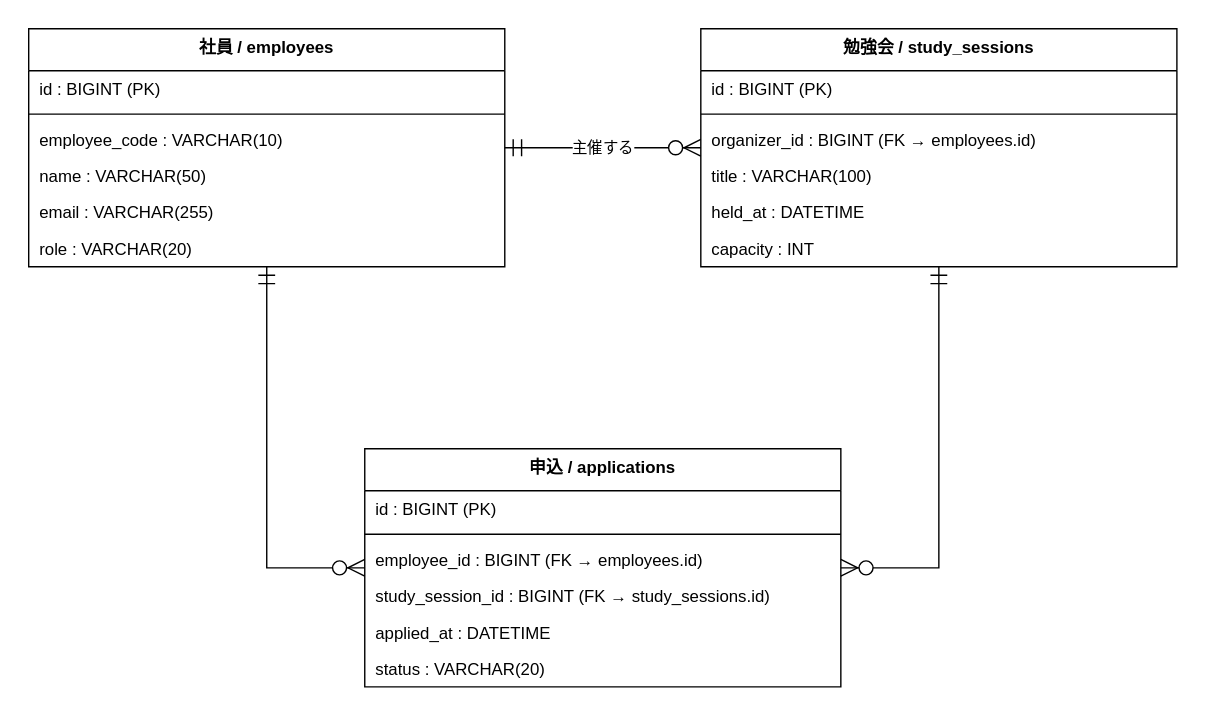
This is docs/diagrams/svg/er-study.svg from hiroshees/drawio-design-kit, a draw.io export, as it was before one commit. Source tidied: cells renumbered, new cells last; positions are measured from the earlier drawing's top-left corner, leaving out a move shared by most shapes.
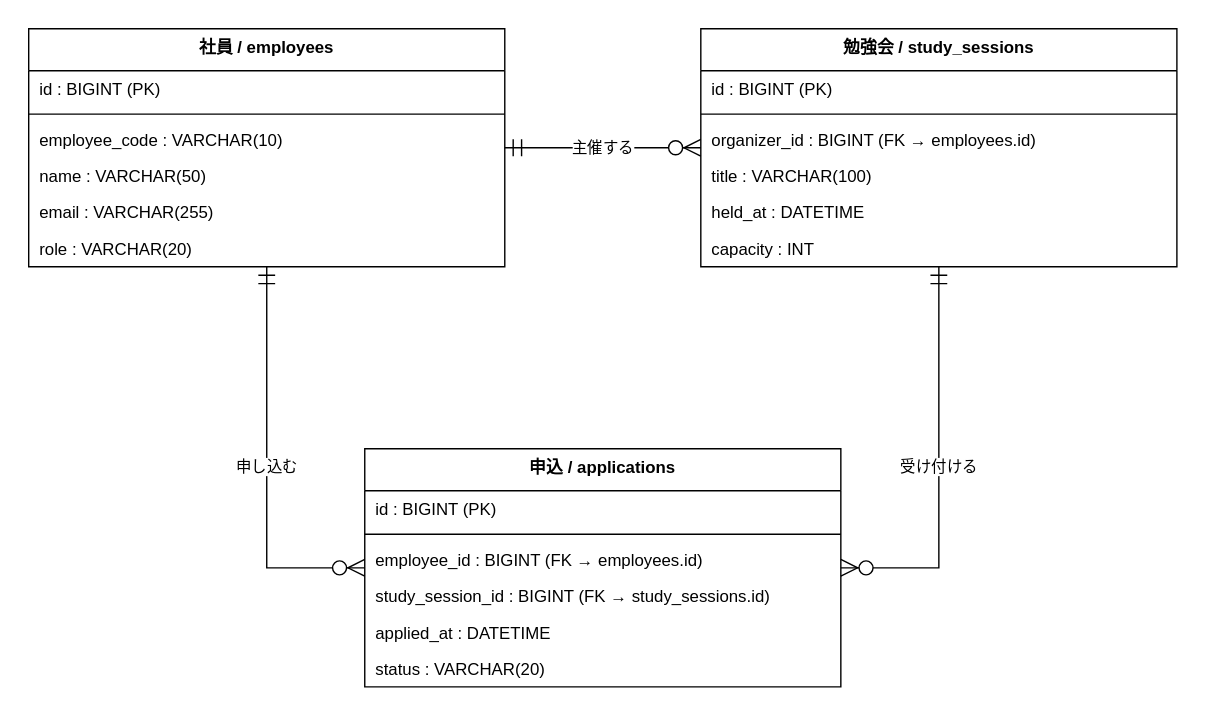
After the change.

Diff of the diagram source:
```diff
@@ -68,10 +68,10 @@
     <mxCell id="23" value="主催する" style="edgeStyle=orthogonalEdgeStyle;startArrow=ERmandOne;endArrow=ERzeroToMany;startSize=10;endSize=10;html=1;rounded=0;labelBackgroundColor=#FFFFFF;exitX=1;exitY=0.5;exitDx=0;exitDy=0;entryX=0;entryY=0.5;entryDx=0;entryDy=0;" parent="1" edge="1" source="2" target="9">
       <mxGeometry relative="1" as="geometry" />
     </mxCell>
-    <mxCell id="24" style="edgeStyle=orthogonalEdgeStyle;startArrow=ERmandOne;endArrow=ERzeroToMany;startSize=10;endSize=10;html=1;rounded=0;labelBackgroundColor=#FFFFFF;exitX=0.5;exitY=1;exitDx=0;exitDy=0;entryX=0;entryY=0.5;entryDx=0;entryDy=0;" parent="1" edge="1" source="2" target="16">
+    <mxCell id="24" value="申し込む" style="edgeStyle=orthogonalEdgeStyle;startArrow=ERmandOne;endArrow=ERzeroToMany;startSize=10;endSize=10;html=1;rounded=0;labelBackgroundColor=#FFFFFF;exitX=0.5;exitY=1;exitDx=0;exitDy=0;entryX=0;entryY=0.5;entryDx=0;entryDy=0;" parent="1" edge="1" source="2" target="16">
       <mxGeometry relative="1" as="geometry" />
     </mxCell>
-    <mxCell id="25" style="edgeStyle=orthogonalEdgeStyle;startArrow=ERmandOne;endArrow=ERzeroToMany;startSize=10;endSize=10;html=1;rounded=0;labelBackgroundColor=#FFFFFF;exitX=0.5;exitY=1;exitDx=0;exitDy=0;entryX=1;entryY=0.5;entryDx=0;entryDy=0;" parent="1" edge="1" source="9" target="16">
+    <mxCell id="25" value="受け付ける" style="edgeStyle=orthogonalEdgeStyle;startArrow=ERmandOne;endArrow=ERzeroToMany;startSize=10;endSize=10;html=1;rounded=0;labelBackgroundColor=#FFFFFF;exitX=0.5;exitY=1;exitDx=0;exitDy=0;entryX=1;entryY=0.5;entryDx=0;entryDy=0;" parent="1" edge="1" source="9" target="16">
       <mxGeometry relative="1" as="geometry" />
     </mxCell>
   </root>
```
